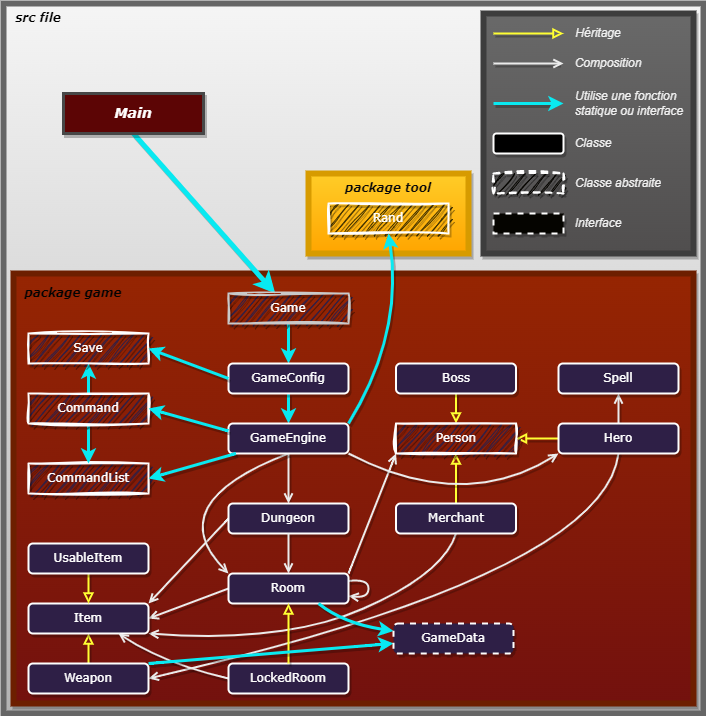
Vivien-Parsis/Jeux-rpg keeps this draw.io diagram as Java_RPG/doc/diagram.drawio.png. Above is the earlier version. Source tidied: cells renumbered, new cells last; positions are measured from the earlier drawing's top-left corner, leaving out a move shared by most shapes.
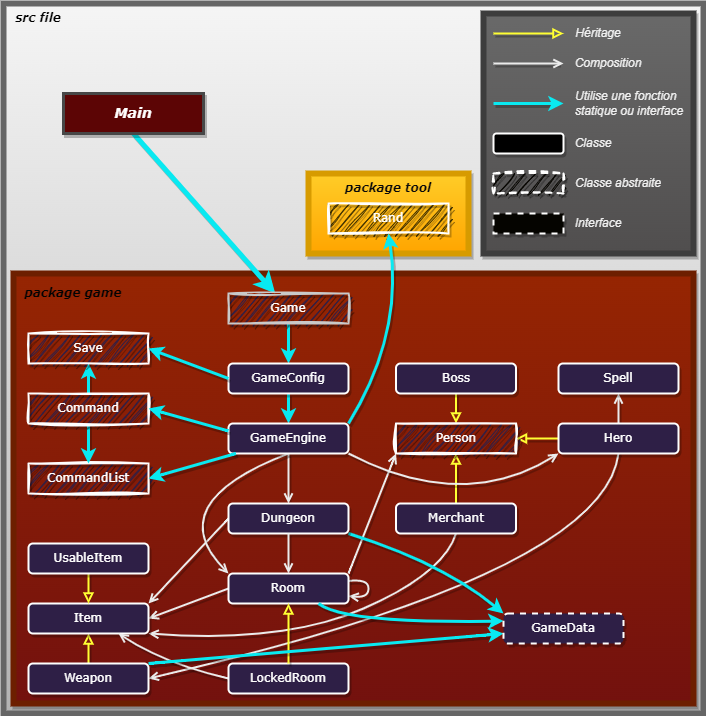
The same diagram one commit later.

What changed in the source:
```diff
@@ -109,6 +109,13 @@
     <mxCell id="29" value="&lt;font style=&quot;font-size: 14px;&quot;&gt;&lt;i&gt;Main&lt;/i&gt;&lt;/font&gt;" style="rounded=0;whiteSpace=wrap;html=1;fontFamily=Verdana;fillColor=#5C0505;fontStyle=1;fontColor=#ffffff;strokeColor=#474747;fillStyle=auto;strokeWidth=3;shadow=1;" parent="1" vertex="1">
       <mxGeometry x="60" y="90" width="140" height="40" as="geometry" />
     </mxCell>
+    <mxCell id="72" style="edgeStyle=none;html=1;entryX=0;entryY=0;entryDx=0;entryDy=0;endArrow=classic;strokeColor=#09e9f1;fontColor=#FFFAFA;strokeWidth=3;endFill=1;shadow=1;startArrow=none;startFill=0;curved=1;exitX=1;exitY=1;exitDx=0;exitDy=0;" parent="1" edge="1" source="30" target="68">
+      <mxGeometry relative="1" as="geometry">
+        <Array as="points">
+          <mxPoint x="440" y="560" />
+        </Array>
+      </mxGeometry>
+    </mxCell>
     <mxCell id="30" value="Dungeon" style="rounded=1;whiteSpace=wrap;html=1;fillStyle=auto;fillColor=#2E1F46;fontFamily=Verdana;fontColor=#ffffff;strokeColor=#ffffff;strokeWidth=2;shadow=1;" parent="1" vertex="1">
       <mxGeometry x="225" y="500" width="120" height="30" as="geometry" />
     </mxCell>
@@ -246,7 +253,7 @@
       <mxGeometry relative="1" as="geometry" />
     </mxCell>
     <mxCell id="68" value="GameData" style="rounded=1;whiteSpace=wrap;html=1;fillStyle=auto;fillColor=#2E1F46;fontFamily=Verdana;fontColor=#ffffff;strokeWidth=2;strokeColor=#ffffff;shadow=1;dashed=1;" parent="1" vertex="1">
-      <mxGeometry x="390" y="620" width="120" height="30" as="geometry" />
+      <mxGeometry x="500" y="610" width="120" height="30" as="geometry" />
     </mxCell>
     <mxCell id="69" value="Interface" style="text;html=1;strokeColor=none;fillColor=none;align=center;verticalAlign=middle;whiteSpace=wrap;rounded=0;fontSize=12;fontStyle=2;fontColor=#F0F0F0;rotation=0;shadow=1;" parent="1" vertex="1">
       <mxGeometry x="570" y="210" width="50" height="20" as="geometry" />
```
